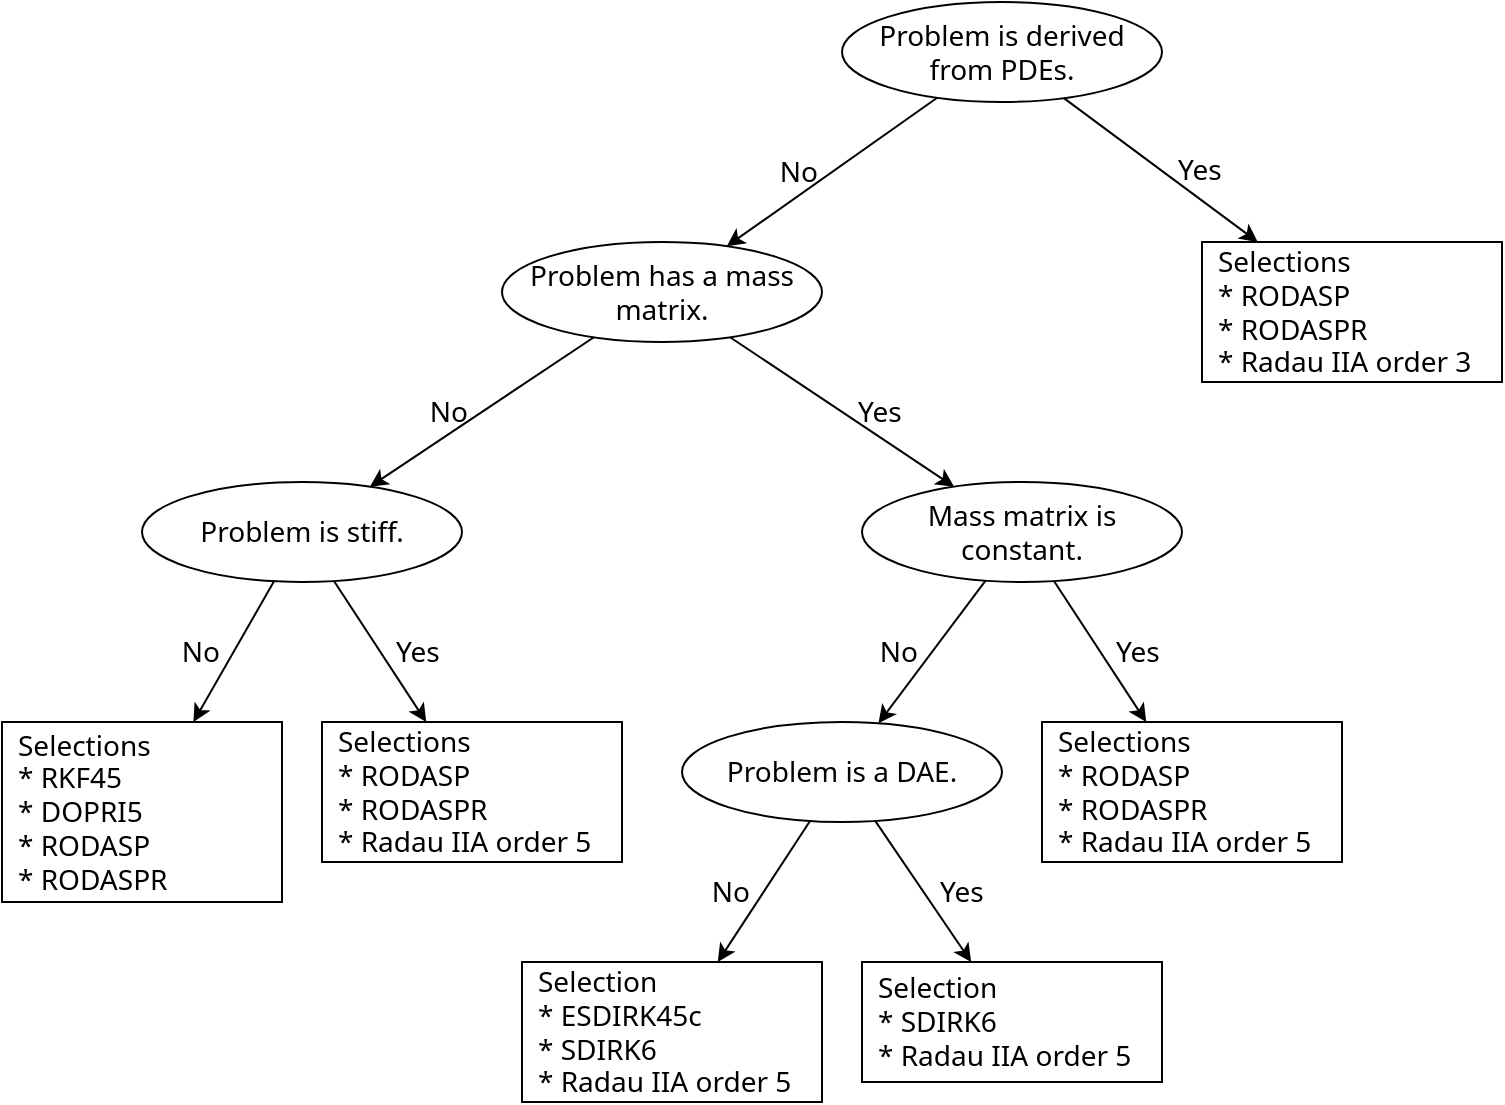
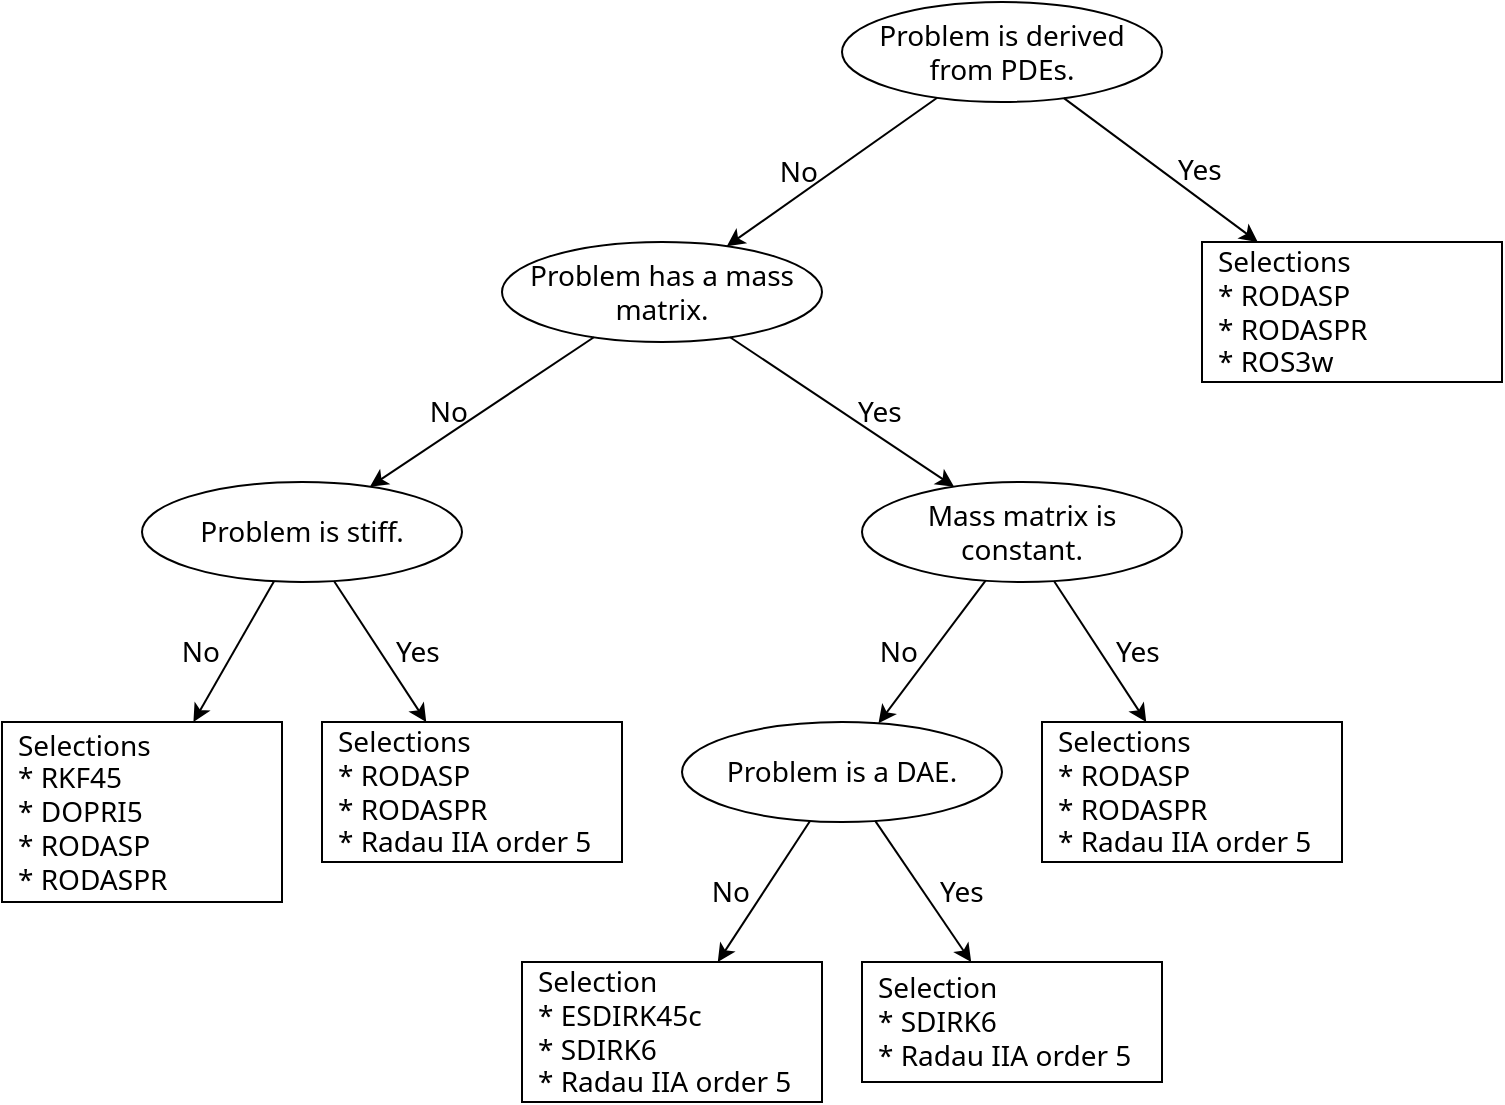
<mxfile host="Electron" agent="Mozilla/5.0 (Windows NT 10.0; Win64; x64) AppleWebKit/537.36 (KHTML, like Gecko) draw.io/29.6.6 Chrome/144.0.7559.236 Electron/40.8.4 Safari/537.36">
  <diagram name="ページ-1" id="_6arVYHVUCfbZcRYlSgy">
-     <mxGraphModel dx="2054" dy="1202" grid="1" gridSize="10" guides="1" tooltips="1" connect="1" arrows="1" fold="1" page="1" pageScale="1" pageWidth="1169" pageHeight="827" math="0" shadow="0">
+     <mxGraphModel dx="1414" dy="841" grid="1" gridSize="10" guides="1" tooltips="1" connect="1" arrows="1" fold="1" page="1" pageScale="1" pageWidth="1169" pageHeight="827" math="0" shadow="0">
      <root>
        <mxCell id="0" />
        <mxCell id="1" parent="0" />
        <mxCell id="Assg0K-hwRIFxURxFfxa-3" edge="1" parent="1" source="95OcW3Vn8EORuKI-x0yr-2" style="rounded=0;orthogonalLoop=1;jettySize=auto;html=1;endArrow=classic;endFill=1;fontFamily=Noto Sans;spacing=8;labelBackgroundColor=none;fontColor=default;fontSource=https%3A%2F%2Ffonts.googleapis.com%2Fcss%3Ffamily%3DNoto%2BSans;fontSize=14;fillColor=none;labelPosition=right;verticalLabelPosition=middle;align=left;verticalAlign=middle;" target="Assg0K-hwRIFxURxFfxa-7" value="Yes">
          <mxGeometry relative="1" as="geometry">
            <mxPoint x="746.6666666666665" y="80" as="sourcePoint" />
            <mxPoint x="818.8929182507795" y="163.5528269134502" as="targetPoint" />
          </mxGeometry>
        </mxCell>
        <mxCell id="7Br2a1tXHeEOhqPw93C9-3" edge="1" parent="1" source="95OcW3Vn8EORuKI-x0yr-2" style="rounded=0;orthogonalLoop=1;jettySize=auto;html=1;spacing=8;labelBackgroundColor=none;fontColor=default;fontFamily=Noto Sans;fontSource=https%3A%2F%2Ffonts.googleapis.com%2Fcss%3Ffamily%3DNoto%2BSans;fontSize=14;fillColor=none;labelPosition=left;verticalLabelPosition=middle;align=right;verticalAlign=middle;" target="95OcW3Vn8EORuKI-x0yr-4" value="No">
          <mxGeometry relative="1" as="geometry">
            <mxPoint x="693.3333333333335" y="80" as="sourcePoint" />
            <mxPoint x="586.6666666666665" y="160" as="targetPoint" />
          </mxGeometry>
        </mxCell>
-         <mxCell id="Assg0K-hwRIFxURxFfxa-7" parent="1" style="rounded=0;whiteSpace=wrap;html=1;align=left;spacing=8;fontFamily=Noto Sans;labelBackgroundColor=none;fontSource=https%3A%2F%2Ffonts.googleapis.com%2Fcss%3Ffamily%3DNoto%2BSans;fontSize=14;fillColor=none;" value="Selections&lt;div&gt;&lt;span style=&quot;background-color: transparent; color: light-dark(rgb(0, 0, 0), rgb(255, 255, 255));&quot;&gt;* RODASP&lt;/span&gt;&lt;/div&gt;&lt;div&gt;* RODASPR&lt;/div&gt;&lt;div&gt;* Radau IIA order 3&lt;/div&gt;" vertex="1">
+         <mxCell id="Assg0K-hwRIFxURxFfxa-7" parent="1" style="rounded=0;whiteSpace=wrap;html=1;align=left;spacing=8;fontFamily=Noto Sans;labelBackgroundColor=none;fontSource=https%3A%2F%2Ffonts.googleapis.com%2Fcss%3Ffamily%3DNoto%2BSans;fontSize=14;fillColor=none;" value="Selections&lt;div&gt;&lt;span style=&quot;background-color: transparent; color: light-dark(rgb(0, 0, 0), rgb(255, 255, 255));&quot;&gt;* RODASP&lt;/span&gt;&lt;/div&gt;&lt;div&gt;* RODASPR&lt;/div&gt;&lt;div&gt;* ROS3w&lt;/div&gt;" vertex="1">
          <mxGeometry height="70" width="150" x="660" y="160" as="geometry" />
        </mxCell>
        <mxCell id="7Br2a1tXHeEOhqPw93C9-5" edge="1" parent="1" source="95OcW3Vn8EORuKI-x0yr-4" style="rounded=0;orthogonalLoop=1;jettySize=auto;html=1;spacing=8;labelBackgroundColor=none;fontColor=default;fontFamily=Noto Sans;fontSource=https%3A%2F%2Ffonts.googleapis.com%2Fcss%3Ffamily%3DNoto%2BSans;fontSize=14;fillColor=none;labelPosition=left;verticalLabelPosition=middle;align=right;verticalAlign=middle;" target="95OcW3Vn8EORuKI-x0yr-5" value="No">
          <mxGeometry relative="1" as="geometry">
            <mxPoint x="544" y="200" as="sourcePoint" />
            <mxPoint x="496.8421052631579" y="260" as="targetPoint" />
          </mxGeometry>
        </mxCell>
        <mxCell id="7Br2a1tXHeEOhqPw93C9-9" edge="1" parent="1" source="95OcW3Vn8EORuKI-x0yr-4" style="rounded=0;orthogonalLoop=1;jettySize=auto;html=1;spacing=8;labelBackgroundColor=none;fontColor=default;fontFamily=Noto Sans;fontSource=https%3A%2F%2Ffonts.googleapis.com%2Fcss%3Ffamily%3DNoto%2BSans;fontSize=14;fillColor=none;labelPosition=right;verticalLabelPosition=middle;align=left;verticalAlign=middle;" target="FN8ENbpYnsnrRpaCpHmf-1" value="Yes">
          <mxGeometry relative="1" as="geometry">
            <mxPoint x="567.4418604651164" y="200" as="sourcePoint" />
          </mxGeometry>
        </mxCell>
        <mxCell id="7Br2a1tXHeEOhqPw93C9-11" edge="1" parent="1" source="95OcW3Vn8EORuKI-x0yr-5" style="rounded=0;orthogonalLoop=1;jettySize=auto;html=1;spacing=8;labelBackgroundColor=none;fontColor=default;fontFamily=Noto Sans;fontSource=https%3A%2F%2Ffonts.googleapis.com%2Fcss%3Ffamily%3DNoto%2BSans;fontSize=14;fillColor=none;labelPosition=right;verticalLabelPosition=middle;align=left;verticalAlign=middle;" target="7Br2a1tXHeEOhqPw93C9-8" value="Yes">
          <mxGeometry relative="1" as="geometry">
            <mxPoint x="497.8260869565215" y="300" as="sourcePoint" />
          </mxGeometry>
        </mxCell>
        <mxCell id="7Br2a1tXHeEOhqPw93C9-8" parent="1" style="rounded=0;whiteSpace=wrap;html=1;align=left;spacing=8;fontFamily=Noto Sans;labelBackgroundColor=none;fontSource=https%3A%2F%2Ffonts.googleapis.com%2Fcss%3Ffamily%3DNoto%2BSans;fontSize=14;fillColor=none;verticalAlign=middle;labelPosition=center;verticalLabelPosition=middle;" value="Selections&lt;div&gt;&lt;span style=&quot;background-color: transparent; color: light-dark(rgb(0, 0, 0), rgb(255, 255, 255));&quot;&gt;* RODASP&lt;/span&gt;&lt;/div&gt;&lt;div&gt;* RODASPR&lt;/div&gt;&lt;div&gt;&lt;/div&gt;* Radau IIA order 5" vertex="1">
          <mxGeometry height="70" width="150" x="220" y="400" as="geometry" />
        </mxCell>
        <mxCell id="7Br2a1tXHeEOhqPw93C9-12" parent="1" style="rounded=0;whiteSpace=wrap;html=1;align=left;spacing=8;fontFamily=Noto Sans;labelBackgroundColor=none;fontSource=https%3A%2F%2Ffonts.googleapis.com%2Fcss%3Ffamily%3DNoto%2BSans;fontSize=14;fillColor=none;verticalAlign=middle;labelPosition=center;verticalLabelPosition=middle;" value="Selections&lt;div&gt;* RKF45&lt;/div&gt;&lt;div&gt;* DOPRI5&lt;br&gt;&lt;/div&gt;&lt;div&gt;&lt;div&gt;&lt;span style=&quot;background-color: transparent; color: light-dark(rgb(0, 0, 0), rgb(255, 255, 255));&quot;&gt;* RODASP&lt;/span&gt;&lt;/div&gt;&lt;div&gt;* RODASPR&lt;/div&gt;&lt;/div&gt;" vertex="1">
          <mxGeometry height="90" width="140" x="60" y="400" as="geometry" />
        </mxCell>
        <mxCell id="7Br2a1tXHeEOhqPw93C9-13" edge="1" parent="1" source="95OcW3Vn8EORuKI-x0yr-5" style="rounded=0;orthogonalLoop=1;jettySize=auto;html=1;spacing=8;labelBackgroundColor=none;fontColor=default;fontFamily=Noto Sans;fontSource=https%3A%2F%2Ffonts.googleapis.com%2Fcss%3Ffamily%3DNoto%2BSans;fontSize=14;fillColor=none;labelPosition=left;verticalLabelPosition=middle;align=right;verticalAlign=middle;" target="7Br2a1tXHeEOhqPw93C9-12" value="No">
          <mxGeometry relative="1" as="geometry">
            <mxPoint x="456.086956521739" y="300" as="sourcePoint" />
          </mxGeometry>
        </mxCell>
        <mxCell id="95OcW3Vn8EORuKI-x0yr-2" parent="1" style="ellipse;whiteSpace=wrap;html=1;align=center;spacing=10;labelBackgroundColor=none;fontFamily=Noto Sans;fontSource=https%3A%2F%2Ffonts.googleapis.com%2Fcss%3Ffamily%3DNoto%2BSans;fontSize=14;fillColor=none;" value="&lt;span&gt;Problem is derived from PDEs.&lt;/span&gt;" vertex="1">
          <mxGeometry height="50" width="160" x="480" y="40" as="geometry" />
        </mxCell>
        <mxCell id="95OcW3Vn8EORuKI-x0yr-4" parent="1" style="ellipse;whiteSpace=wrap;html=1;align=center;spacing=10;labelBackgroundColor=none;fontFamily=Noto Sans;fontSource=https%3A%2F%2Ffonts.googleapis.com%2Fcss%3Ffamily%3DNoto%2BSans;fontSize=14;fillColor=none;" value="&lt;span style=&quot;text-align: left;&quot;&gt;Problem has a mass matrix.&lt;/span&gt;" vertex="1">
          <mxGeometry height="50" width="160" x="310" y="160" as="geometry" />
        </mxCell>
        <mxCell id="95OcW3Vn8EORuKI-x0yr-5" parent="1" style="ellipse;whiteSpace=wrap;html=1;align=center;spacing=10;labelBackgroundColor=none;fontFamily=Noto Sans;fontSource=https%3A%2F%2Ffonts.googleapis.com%2Fcss%3Ffamily%3DNoto%2BSans;fontSize=14;fillColor=none;" value="&lt;span style=&quot;text-align: left;&quot;&gt;Problem is stiff.&lt;/span&gt;" vertex="1">
          <mxGeometry height="50" width="160" x="130" y="280" as="geometry" />
        </mxCell>
        <mxCell id="FN8ENbpYnsnrRpaCpHmf-1" parent="1" style="ellipse;whiteSpace=wrap;html=1;align=center;spacing=10;labelBackgroundColor=none;fontFamily=Noto Sans;fontSource=https%3A%2F%2Ffonts.googleapis.com%2Fcss%3Ffamily%3DNoto%2BSans;fontSize=14;fillColor=none;" value="&lt;span style=&quot;text-align: left;&quot;&gt;Mass matrix is constant.&lt;/span&gt;" vertex="1">
          <mxGeometry height="50" width="160" x="490" y="280" as="geometry" />
        </mxCell>
        <mxCell id="FN8ENbpYnsnrRpaCpHmf-2" parent="1" style="rounded=0;whiteSpace=wrap;html=1;align=left;spacing=8;fontFamily=Noto Sans;labelBackgroundColor=none;fontSource=https%3A%2F%2Ffonts.googleapis.com%2Fcss%3Ffamily%3DNoto%2BSans;fontSize=14;fillColor=none;verticalAlign=middle;labelPosition=center;verticalLabelPosition=middle;" value="Selection&lt;div&gt;*&amp;nbsp;ESDIRK45c&lt;/div&gt;&lt;div&gt;&lt;span style=&quot;background-color: transparent; color: light-dark(rgb(0, 0, 0), rgb(255, 255, 255));&quot;&gt;* SDIRK6&lt;/span&gt;&lt;/div&gt;&lt;div&gt;&lt;span style=&quot;background-color: transparent; color: light-dark(rgb(0, 0, 0), rgb(255, 255, 255));&quot;&gt;* Radau IIA order 5&lt;/span&gt;&lt;/div&gt;" vertex="1">
          <mxGeometry height="70" width="150" x="320" y="520" as="geometry" />
        </mxCell>
        <mxCell id="FN8ENbpYnsnrRpaCpHmf-3" parent="1" style="rounded=0;whiteSpace=wrap;html=1;align=left;spacing=8;fontFamily=Noto Sans;labelBackgroundColor=none;fontSource=https%3A%2F%2Ffonts.googleapis.com%2Fcss%3Ffamily%3DNoto%2BSans;fontSize=14;fillColor=none;verticalAlign=middle;labelPosition=center;verticalLabelPosition=middle;" value="Selections&lt;div&gt;&lt;span style=&quot;background-color: transparent; color: light-dark(rgb(0, 0, 0), rgb(255, 255, 255));&quot;&gt;* RODASP&lt;/span&gt;&lt;/div&gt;&lt;div&gt;* RODASPR&lt;/div&gt;&lt;div&gt;&lt;/div&gt;* Radau IIA order 5" vertex="1">
          <mxGeometry height="70" width="150" x="580" y="400" as="geometry" />
        </mxCell>
        <mxCell id="W7ESKFbm7PprLvDNY1jx-1" edge="1" parent="1" source="FN8ENbpYnsnrRpaCpHmf-1" style="rounded=0;orthogonalLoop=1;jettySize=auto;html=1;spacing=8;labelBackgroundColor=none;fontColor=default;fontFamily=Noto Sans;fontSource=https%3A%2F%2Ffonts.googleapis.com%2Fcss%3Ffamily%3DNoto%2BSans;fontSize=14;fillColor=none;labelPosition=right;verticalLabelPosition=middle;align=left;verticalAlign=middle;" target="FN8ENbpYnsnrRpaCpHmf-3" value="Yes">
          <mxGeometry relative="1" as="geometry">
            <mxPoint x="579.7" y="325.86" as="sourcePoint" />
            <mxPoint x="685.7" y="399.86" as="targetPoint" />
          </mxGeometry>
        </mxCell>
        <mxCell id="W7ESKFbm7PprLvDNY1jx-2" edge="1" parent="1" source="FN8ENbpYnsnrRpaCpHmf-1" style="rounded=0;orthogonalLoop=1;jettySize=auto;html=1;spacing=8;labelBackgroundColor=none;fontColor=default;fontFamily=Noto Sans;fontSource=https%3A%2F%2Ffonts.googleapis.com%2Fcss%3Ffamily%3DNoto%2BSans;fontSize=14;fillColor=none;labelPosition=left;verticalLabelPosition=middle;align=right;verticalAlign=middle;" target="njvBe_0hO0YSM9xT8ueO-1" value="No">
          <mxGeometry relative="1" as="geometry">
            <mxPoint x="480.3" y="310.13" as="sourcePoint" />
            <mxPoint x="374.3" y="384.13" as="targetPoint" />
          </mxGeometry>
        </mxCell>
        <mxCell id="njvBe_0hO0YSM9xT8ueO-1" parent="1" style="ellipse;whiteSpace=wrap;html=1;align=center;spacing=10;labelBackgroundColor=none;fontFamily=Noto Sans;fontSource=https%3A%2F%2Ffonts.googleapis.com%2Fcss%3Ffamily%3DNoto%2BSans;fontSize=14;fillColor=none;" value="&lt;span style=&quot;text-align: left;&quot;&gt;Problem is a DAE.&lt;/span&gt;" vertex="1">
          <mxGeometry height="50" width="160" x="400" y="400" as="geometry" />
        </mxCell>
        <mxCell id="njvBe_0hO0YSM9xT8ueO-2" edge="1" parent="1" source="njvBe_0hO0YSM9xT8ueO-1" style="rounded=0;orthogonalLoop=1;jettySize=auto;html=1;spacing=8;labelBackgroundColor=none;fontColor=default;fontFamily=Noto Sans;fontSource=https%3A%2F%2Ffonts.googleapis.com%2Fcss%3Ffamily%3DNoto%2BSans;fontSize=14;fillColor=none;labelPosition=right;verticalLabelPosition=middle;align=left;verticalAlign=middle;" target="njvBe_0hO0YSM9xT8ueO-5" value="Yes">
          <mxGeometry relative="1" as="geometry">
            <mxPoint x="561.76" y="490" as="sourcePoint" />
            <mxPoint x="606.76" y="560" as="targetPoint" />
          </mxGeometry>
        </mxCell>
        <mxCell id="njvBe_0hO0YSM9xT8ueO-4" edge="1" parent="1" source="njvBe_0hO0YSM9xT8ueO-1" style="rounded=0;orthogonalLoop=1;jettySize=auto;html=1;spacing=8;labelBackgroundColor=none;fontColor=default;fontFamily=Noto Sans;fontSource=https%3A%2F%2Ffonts.googleapis.com%2Fcss%3Ffamily%3DNoto%2BSans;fontSize=14;fillColor=none;labelPosition=left;verticalLabelPosition=middle;align=right;verticalAlign=middle;" target="FN8ENbpYnsnrRpaCpHmf-2" value="No">
          <mxGeometry relative="1" as="geometry">
            <mxPoint x="433.74" y="459.65999999999997" as="sourcePoint" />
            <mxPoint x="379.74" y="531.66" as="targetPoint" />
          </mxGeometry>
        </mxCell>
        <mxCell id="njvBe_0hO0YSM9xT8ueO-5" parent="1" style="rounded=0;whiteSpace=wrap;html=1;align=left;spacing=8;fontFamily=Noto Sans;labelBackgroundColor=none;fontSource=https%3A%2F%2Ffonts.googleapis.com%2Fcss%3Ffamily%3DNoto%2BSans;fontSize=14;fillColor=none;verticalAlign=middle;labelPosition=center;verticalLabelPosition=middle;" value="Selection&lt;div&gt;&lt;div&gt;&lt;span style=&quot;background-color: transparent; color: light-dark(rgb(0, 0, 0), rgb(255, 255, 255));&quot;&gt;* SDIRK6&lt;/span&gt;&lt;/div&gt;&lt;/div&gt;&lt;div&gt;&lt;span style=&quot;background-color: transparent; color: light-dark(rgb(0, 0, 0), rgb(255, 255, 255));&quot;&gt;&lt;/span&gt;&lt;/div&gt;* Radau IIA order 5" vertex="1">
          <mxGeometry height="60" width="150" x="490" y="520" as="geometry" />
        </mxCell>
      </root>
    </mxGraphModel>
  </diagram>
</mxfile>
